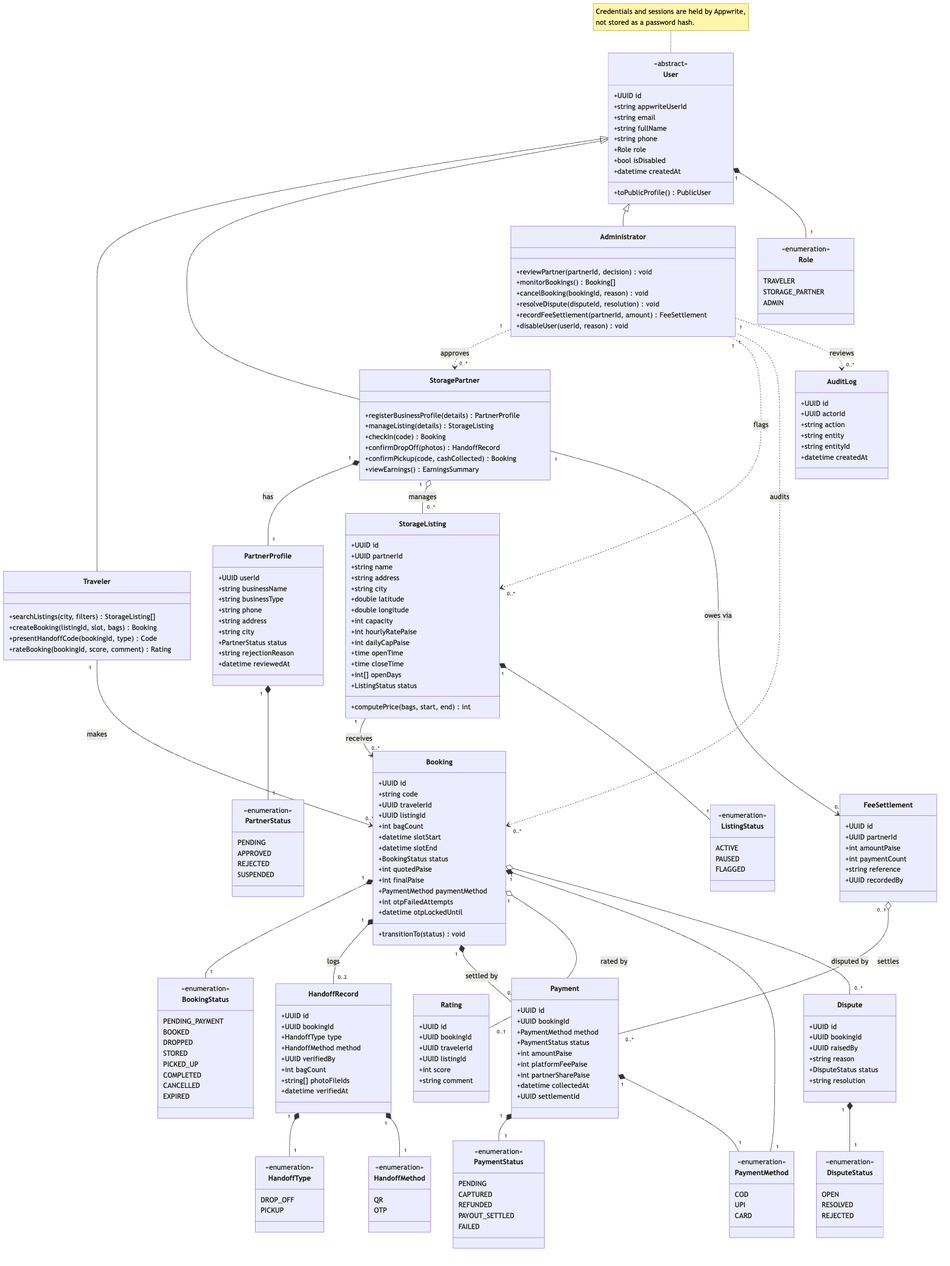
This is assets/class-diagram.png from ISHANT-M/Potli, a Mermaid export, as it was before one commit. Its source is kept beside it as assets/class-diagram.mmd.
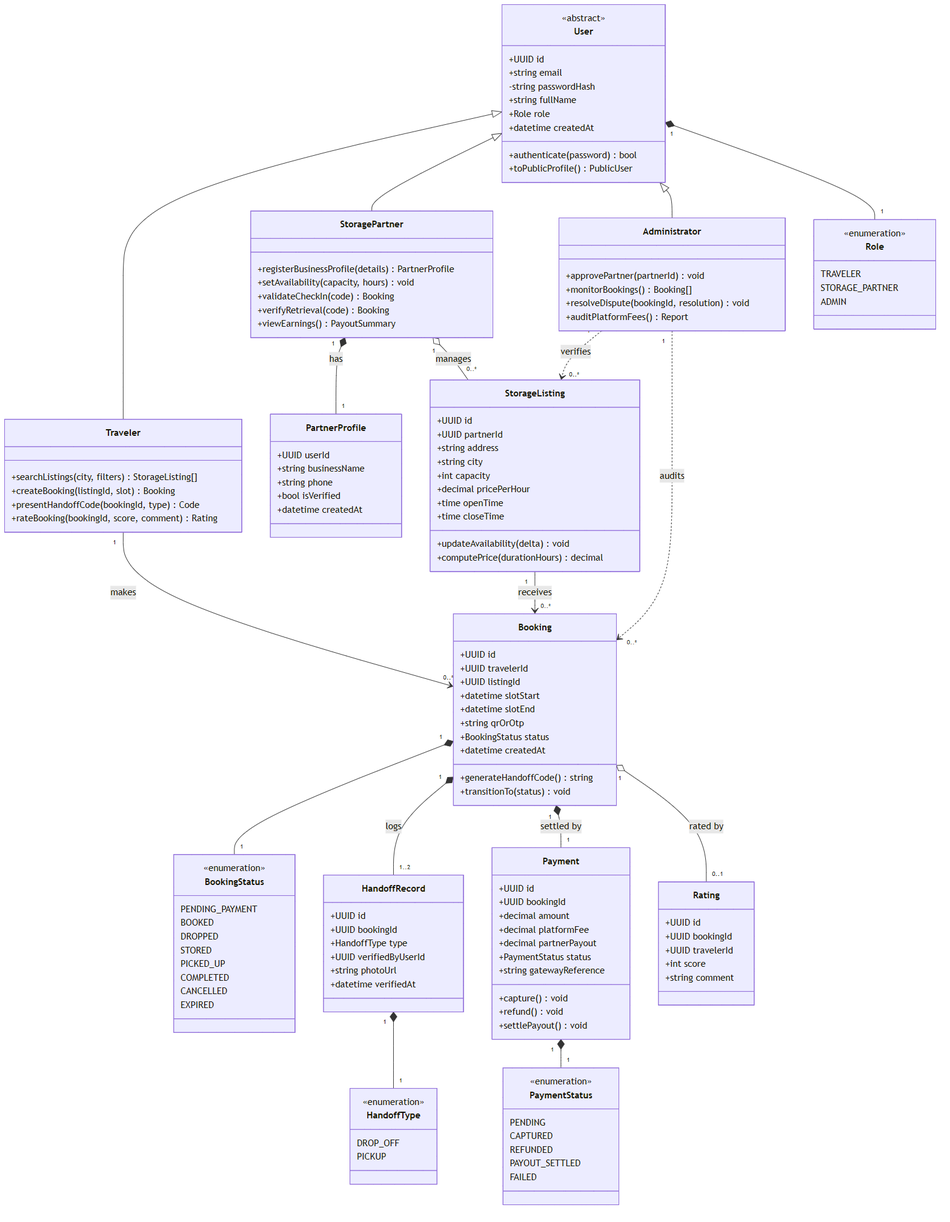
After the commit.

Change to the diagram source:
```diff
@@ -5,86 +5,68 @@
     class User {
         <<abstract>>
         +UUID id
-        +string appwriteUserId
         +string email
+        -string passwordHash
         +string fullName
-        +string phone
         +Role role
-        +bool isDisabled
         +datetime createdAt
+        +authenticate(password) bool
         +toPublicProfile() PublicUser
     }
-    note for User "Credentials and sessions are held by Appwrite,<br/>not stored as a password hash."
 
     class Traveler {
         +searchListings(city, filters) StorageListing[]
-        +createBooking(listingId, slot, bags) Booking
+        +createBooking(listingId, slot) Booking
         +presentHandoffCode(bookingId, type) Code
         +rateBooking(bookingId, score, comment) Rating
     }
 
     class StoragePartner {
         +registerBusinessProfile(details) PartnerProfile
-        +manageListing(details) StorageListing
-        +checkIn(code) Booking
-        +confirmDropOff(photos) HandoffRecord
-        +confirmPickup(code, cashCollected) Booking
-        +viewEarnings() EarningsSummary
+        +setAvailability(capacity, hours) void
+        +validateCheckIn(code) Booking
+        +verifyRetrieval(code) Booking
+        +viewEarnings() PayoutSummary
     }
 
     class Administrator {
-        +reviewPartner(partnerId, decision) void
+        +approvePartner(partnerId) void
         +monitorBookings() Booking[]
-        +cancelBooking(bookingId, reason) void
-        +resolveDispute(disputeId, resolution) void
-        +recordFeeSettlement(partnerId, amount) FeeSettlement
-        +disableUser(userId, reason) void
+        +resolveDispute(bookingId, resolution) void
+        +auditPlatformFees() Report
     }
 
     class PartnerProfile {
         +UUID userId
         +string businessName
-        +string businessType
         +string phone
-        +string address
-        +string city
-        +PartnerStatus status
-        +string rejectionReason
-        +datetime reviewedAt
+        +bool isVerified
+        +datetime createdAt
     }
 
     class StorageListing {
         +UUID id
         +UUID partnerId
-        +string name
         +string address
         +string city
-        +double latitude
-        +double longitude
         +int capacity
-        +int hourlyRatePaise
-        +int dailyCapPaise
+        +decimal pricePerHour
         +time openTime
         +time closeTime
-        +int[] openDays
-        +ListingStatus status
-        +computePrice(bags, start, end) int
+        +updateAvailability(delta) void
+        +computePrice(durationHours) decimal
     }
 
     class Booking {
         +UUID id
-        +string code
         +UUID travelerId
         +UUID listingId
-        +int bagCount
         +datetime slotStart
         +datetime slotEnd
+        +string qrOrOtp
         +BookingStatus status
-        +int quotedPaise
-        +int finalPaise
-        +PaymentMethod paymentMethod
-        +int otpFailedAttempts
-        +datetime otpLockedUntil
+        +datetime createdAt
+        +generateHandoffCode() string
         +transitionTo(status) void
     }
 
@@ -92,57 +74,28 @@
         +UUID id
         +UUID bookingId
         +HandoffType type
-        +HandoffMethod method
-        +UUID verifiedBy
-        +int bagCount
-        +string[] photoFileIds
+        +UUID verifiedByUserId
+        +string photoUrl
         +datetime verifiedAt
     }
 
     class Payment {
         +UUID id
         +UUID bookingId
-        +PaymentMethod method
+        +decimal amount
+        +decimal platformFee
+        +decimal partnerPayout
         +PaymentStatus status
-        +int amountPaise
-        +int platformFeePaise
-        +int partnerSharePaise
-        +datetime collectedAt
-        +UUID settlementId
-    }
-
-    class FeeSettlement {
-        +UUID id
-        +UUID partnerId
-        +int amountPaise
-        +int paymentCount
-        +string reference
-        +UUID recordedBy
-    }
-
-    class Dispute {
-        +UUID id
-        +UUID bookingId
-        +UUID raisedBy
-        +string reason
-        +DisputeStatus status
-        +string resolution
-    }
-
-    class AuditLog {
-        +UUID id
-        +UUID actorId
-        +string action
-        +string entity
-        +string entityId
-        +datetime createdAt
+        +string gatewayReference
+        +capture() void
+        +refund() void
+        +settlePayout() void
     }
 
     class Rating {
         +UUID id
         +UUID bookingId
         +UUID travelerId
-        +UUID listingId
         +int score
         +string comment
     }
@@ -164,41 +117,6 @@
         COMPLETED
         CANCELLED
         EXPIRED
-    }
-
-    class PartnerStatus {
-        <<enumeration>>
-        PENDING
-        APPROVED
-        REJECTED
-        SUSPENDED
-    }
-
-    class ListingStatus {
-        <<enumeration>>
-        ACTIVE
-        PAUSED
-        FLAGGED
-    }
-
-    class PaymentMethod {
-        <<enumeration>>
-        COD
-        UPI
-        CARD
-    }
-
-    class HandoffMethod {
-        <<enumeration>>
-        QR
-        OTP
-    }
-
-    class DisputeStatus {
-        <<enumeration>>
-        OPEN
-        RESOLVED
-        REJECTED
     }
 
     class HandoffType {
@@ -223,25 +141,14 @@
 
     StoragePartner "1" *-- "1" PartnerProfile : has
     StoragePartner "1" o-- "0..*" StorageListing : manages
-    Administrator "1" ..> "0..*" StoragePartner : approves
-    Administrator "1" ..> "0..*" StorageListing : flags
+    Administrator "1" ..> "0..*" StorageListing : verifies
     Administrator "1" ..> "0..*" Booking : audits
 
     Traveler "1" --> "0..*" Booking : makes
     StorageListing "1" --> "0..*" Booking : receives
     Booking "1" *-- "1" BookingStatus
-    Booking "1" *-- "0..2" HandoffRecord : logs
+    Booking "1" *-- "1..2" HandoffRecord : logs
     HandoffRecord "1" *-- "1" HandoffType
-    Booking "1" *-- "0..1" Payment : settled by
+    Booking "1" *-- "1" Payment : settled by
     Payment "1" *-- "1" PaymentStatus
     Booking "1" o-- "0..1" Rating : rated by
-    PartnerProfile "1" *-- "1" PartnerStatus
-    StorageListing "1" *-- "1" ListingStatus
-    Booking "1" *-- "1" PaymentMethod
-    Payment "1" *-- "1" PaymentMethod
-    HandoffRecord "1" *-- "1" HandoffMethod
-    Booking "1" o-- "0..*" Dispute : disputed by
-    Dispute "1" *-- "1" DisputeStatus
-    FeeSettlement "0..1" o-- "0..*" Payment : settles
-    StoragePartner "1" --> "0..*" FeeSettlement : owes via
-    Administrator "1" ..> "0..*" AuditLog : reviews
```
